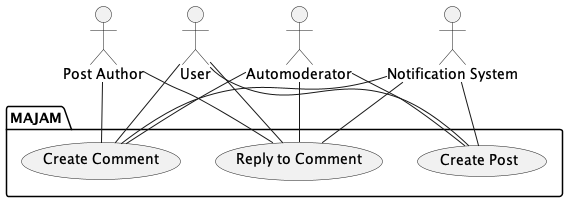
Before: usecases/Posting/diagrams/posting.png, a diagram exported from PlantUML (MatthewM46/Blog-Website). Source of this version:
```plantuml
@startuml

actor "User" as user
actor "Post Author" as author
actor "Automoderator" as automod
actor "Notification System" as notsys

package "MAJAM" {
	usecase "Create Post" as CreatePost
	usecase "Create Comment" as CreateCom
	usecase "Reply to Comment" as ReplyCom
}

user -- CreatePost
automod -- CreatePost
notsys -- CreatePost

user -- CreateCom
author -- CreateCom
automod -- CreateCom
notsys -- CreateCom

user -- ReplyCom
author -- ReplyCom
automod -- ReplyCom
notsys -- ReplyCom

@enduml
```
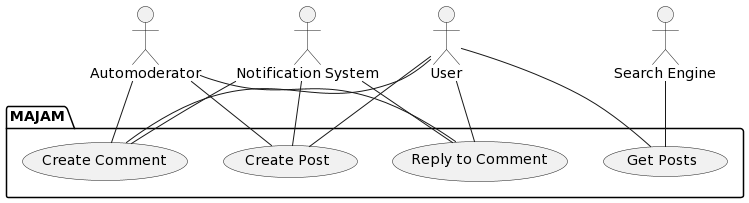
After the change.

The edit, as a diff of the source:
```diff
@@ -1,14 +1,14 @@
 @startuml
-
 actor "User" as user
-actor "Post Author" as author
 actor "Automoderator" as automod
 actor "Notification System" as notsys
+actor "Search Engine" as searcheng
 
 package "MAJAM" {
 	usecase "Create Post" as CreatePost
 	usecase "Create Comment" as CreateCom
 	usecase "Reply to Comment" as ReplyCom
+	usecase "Get Posts" as GetPost
 }
 
 user -- CreatePost
@@ -16,13 +16,13 @@
 notsys -- CreatePost
 
 user -- CreateCom
-author -- CreateCom
 automod -- CreateCom
 notsys -- CreateCom
 
 user -- ReplyCom
-author -- ReplyCom
 automod -- ReplyCom
 notsys -- ReplyCom
 
+user -- GetPost
+searcheng -- GetPost
 @enduml
```
